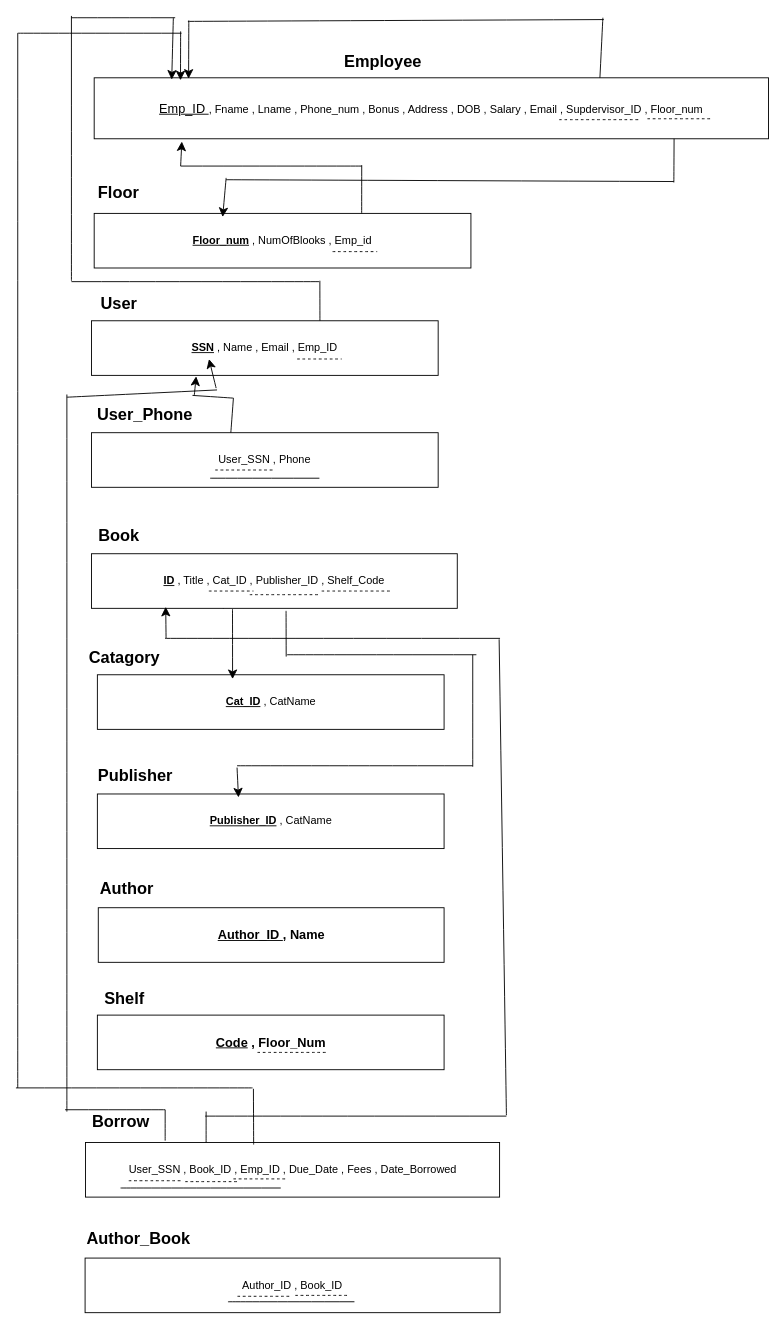
The draw.io diagram dd.drawio in kiro314159265359/test0, before the edit. Source tidied: cells renumbered, new cells numbered last; positions are measured from the earlier drawing's top-left corner, leaving out a move shared by most shapes. Both pictures are drawn from the tidied source at 91%, with x=0, y=0 at pixel (15, 15).
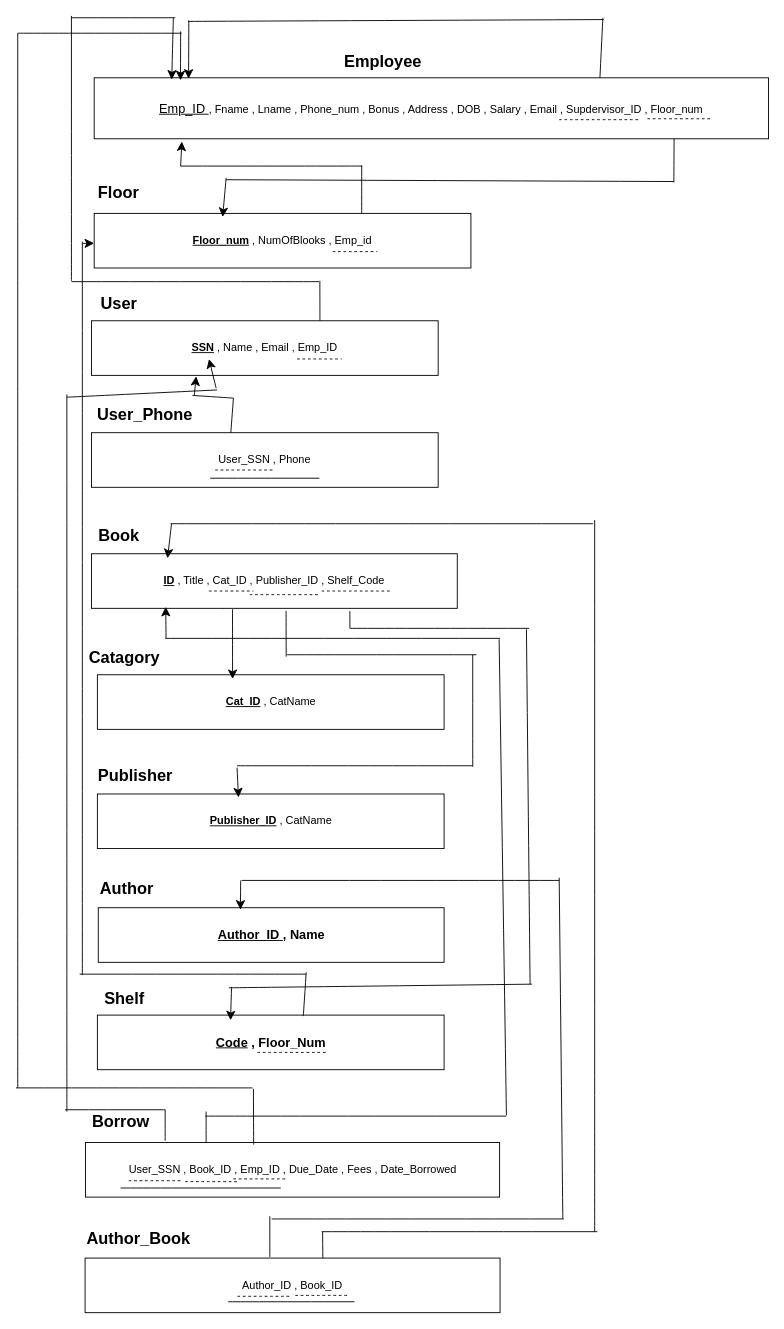
The same diagram, later.

The change refers to these unchanged cells:
```xml
<mxCell id="7" value="&lt;u&gt;&lt;b&gt;Floor_num&lt;/b&gt;&lt;/u&gt; , NumOfBlooks , Emp_id" style="rounded=0;whiteSpace=wrap;html=1;" parent="1" vertex="1">
  <mxGeometry x="86" y="217" width="414" height="60" as="geometry" />
</mxCell>
<mxCell id="16" value="&lt;u&gt;&lt;b&gt;ID&lt;/b&gt;&lt;/u&gt; , Title , Cat_ID , Publisher_ID , Shelf_Code" style="rounded=0;whiteSpace=wrap;html=1;" parent="1" vertex="1">
  <mxGeometry x="83" y="591" width="402" height="60" as="geometry" />
</mxCell>
<mxCell id="22" value="&lt;b&gt;&lt;font style=&quot;font-size: 14px;&quot;&gt;&lt;u&gt;Author_ID &lt;/u&gt;, Name&lt;/font&gt;&lt;/b&gt;" style="rounded=0;whiteSpace=wrap;html=1;" parent="1" vertex="1">
  <mxGeometry x="90.5" y="980" width="380" height="60" as="geometry" />
</mxCell>
<mxCell id="24" value="&lt;span style=&quot;font-size: 14px;&quot;&gt;&lt;b&gt;&lt;u&gt;Code&lt;/u&gt; , Floor_Num&lt;/b&gt;&lt;/span&gt;" style="rounded=0;whiteSpace=wrap;html=1;" parent="1" vertex="1">
  <mxGeometry x="89.5" y="1098" width="381" height="60" as="geometry" />
</mxCell>
<mxCell id="37" value="Author_ID , Book_ID" style="rounded=0;whiteSpace=wrap;html=1;" parent="1" vertex="1">
  <mxGeometry x="76" y="1365" width="456" height="60" as="geometry" />
</mxCell>
```

Diff of the diagram source:
```diff
@@
+    <mxCell id="80" style="endArrow=none;html=1;rounded=0;fontSize=12;startSize=8;endSize=8;curved=1;" parent="1" edge="1">
+      <mxGeometry relative="1" as="geometry">
+        <mxPoint x="279" y="1364" as="sourcePoint" />
+        <mxPoint x="279" y="1319" as="targetPoint" />
+      </mxGeometry>
+    </mxCell>
+    <mxCell id="81" style="endArrow=none;html=1;rounded=0;fontSize=12;startSize=8;endSize=8;curved=1;" parent="1" edge="1">
+      <mxGeometry relative="1" as="geometry">
+        <mxPoint x="281" y="1322" as="sourcePoint" />
+        <mxPoint x="602" y="1322" as="targetPoint" />
+      </mxGeometry>
+    </mxCell>
+    <mxCell id="82" style="endArrow=none;html=1;rounded=0;fontSize=12;startSize=8;endSize=8;curved=1;" parent="1" edge="1">
+      <mxGeometry relative="1" as="geometry">
+        <mxPoint x="601" y="1322" as="sourcePoint" />
+        <mxPoint x="597" y="947" as="targetPoint" />
+      </mxGeometry>
+    </mxCell>
+    <mxCell id="83" style="endArrow=none;html=1;rounded=0;fontSize=12;startSize=8;endSize=8;curved=1;" parent="1" edge="1">
+      <mxGeometry relative="1" as="geometry">
+        <mxPoint x="597" y="950" as="sourcePoint" />
+        <mxPoint x="248" y="950" as="targetPoint" />
+      </mxGeometry>
+    </mxCell>
+    <mxCell id="84" style="endArrow=classic;html=1;rounded=0;fontSize=12;startSize=8;endSize=8;curved=1;entryX=0.411;entryY=0.036;entryDx=0;entryDy=0;entryPerimeter=0;" parent="1" edge="1" target="22">
+      <mxGeometry relative="1" as="geometry">
+        <mxPoint x="247" y="950" as="sourcePoint" />
+      </mxGeometry>
+    </mxCell>
+    <mxCell id="85" style="endArrow=none;html=1;rounded=0;fontSize=12;startSize=8;endSize=8;curved=1;exitX=0.573;exitY=0.004;exitDx=0;exitDy=0;exitPerimeter=0;" parent="1" edge="1" source="37">
+      <mxGeometry relative="1" as="geometry">
+        <mxPoint x="337" y="1336" as="targetPoint" />
+      </mxGeometry>
+    </mxCell>
+    <mxCell id="86" style="endArrow=none;html=1;rounded=0;fontSize=12;startSize=8;endSize=8;curved=1;" parent="1" edge="1">
+      <mxGeometry relative="1" as="geometry">
+        <mxPoint x="336" y="1336" as="sourcePoint" />
+        <mxPoint x="639" y="1336" as="targetPoint" />
+      </mxGeometry>
+    </mxCell>
+    <mxCell id="87" style="endArrow=none;html=1;rounded=0;fontSize=12;startSize=8;endSize=8;curved=1;" parent="1" edge="1">
+      <mxGeometry relative="1" as="geometry">
+        <mxPoint x="636" y="1336" as="sourcePoint" />
+        <mxPoint x="636" y="554" as="targetPoint" />
+      </mxGeometry>
+    </mxCell>
+    <mxCell id="88" style="endArrow=none;html=1;rounded=0;fontSize=12;startSize=8;endSize=8;curved=1;" parent="1" edge="1">
+      <mxGeometry relative="1" as="geometry">
+        <mxPoint x="170" y="558" as="sourcePoint" />
+        <mxPoint x="634" y="558" as="targetPoint" />
+      </mxGeometry>
+    </mxCell>
+    <mxCell id="89" style="endArrow=classic;html=1;rounded=0;fontSize=12;startSize=8;endSize=8;curved=1;entryX=0.208;entryY=0.083;entryDx=0;entryDy=0;entryPerimeter=0;" parent="1" edge="1" target="16">
+      <mxGeometry relative="1" as="geometry">
+        <mxPoint x="171" y="558" as="sourcePoint" />
+      </mxGeometry>
+    </mxCell>
+    <mxCell id="90" style="endArrow=none;html=1;rounded=0;fontSize=12;startSize=8;endSize=8;curved=1;" parent="1" edge="1">
+      <mxGeometry relative="1" as="geometry">
+        <mxPoint x="367" y="673" as="sourcePoint" />
+        <mxPoint x="367" y="654" as="targetPoint" />
+      </mxGeometry>
+    </mxCell>
+    <mxCell id="91" style="endArrow=none;html=1;rounded=0;fontSize=12;startSize=8;endSize=8;curved=1;" parent="1" edge="1">
+      <mxGeometry relative="1" as="geometry">
+        <mxPoint x="367" y="673" as="sourcePoint" />
+        <mxPoint x="564" y="673" as="targetPoint" />
+      </mxGeometry>
+    </mxCell>
+    <mxCell id="92" style="endArrow=none;html=1;rounded=0;fontSize=12;startSize=8;endSize=8;curved=1;" parent="1" edge="1">
+      <mxGeometry relative="1" as="geometry">
+        <mxPoint x="565" y="1064" as="sourcePoint" />
+        <mxPoint x="561" y="674" as="targetPoint" />
+      </mxGeometry>
+    </mxCell>
+    <mxCell id="93" style="endArrow=none;html=1;rounded=0;fontSize=12;startSize=8;endSize=8;curved=1;" parent="1" edge="1">
+      <mxGeometry relative="1" as="geometry">
+        <mxPoint x="234" y="1068" as="sourcePoint" />
+        <mxPoint x="567" y="1064" as="targetPoint" />
+      </mxGeometry>
+    </mxCell>
+    <mxCell id="94" style="endArrow=classic;html=1;rounded=0;fontSize=12;startSize=8;endSize=8;curved=1;entryX=0.384;entryY=0.095;entryDx=0;entryDy=0;entryPerimeter=0;" parent="1" edge="1" target="24">
+      <mxGeometry relative="1" as="geometry">
+        <mxPoint x="237" y="1067" as="sourcePoint" />
+      </mxGeometry>
+    </mxCell>
+    <mxCell id="95" style="endArrow=none;html=1;rounded=0;fontSize=12;startSize=8;endSize=8;curved=1;exitX=0.594;exitY=0.018;exitDx=0;exitDy=0;exitPerimeter=0;" parent="1" edge="1" source="24">
+      <mxGeometry relative="1" as="geometry">
+        <mxPoint x="319" y="1051" as="targetPoint" />
+      </mxGeometry>
+    </mxCell>
+    <mxCell id="96" style="endArrow=none;html=1;rounded=0;fontSize=12;startSize=8;endSize=8;curved=1;" parent="1" edge="1">
+      <mxGeometry relative="1" as="geometry">
+        <mxPoint x="319" y="1053" as="sourcePoint" />
+        <mxPoint x="70" y="1053" as="targetPoint" />
+      </mxGeometry>
+    </mxCell>
+    <mxCell id="97" style="endArrow=none;html=1;rounded=0;fontSize=12;startSize=8;endSize=8;curved=1;" parent="1" edge="1">
+      <mxGeometry relative="1" as="geometry">
+        <mxPoint x="73" y="1054" as="sourcePoint" />
+        <mxPoint x="73" y="248" as="targetPoint" />
+      </mxGeometry>
+    </mxCell>
+    <mxCell id="98" style="endArrow=classic;html=1;rounded=0;fontSize=12;startSize=8;endSize=8;curved=1;" parent="1" edge="1" target="7">
+      <mxGeometry relative="1" as="geometry">
+        <mxPoint x="73" y="250" as="sourcePoint" />
+      </mxGeometry>
+    </mxCell>
```
